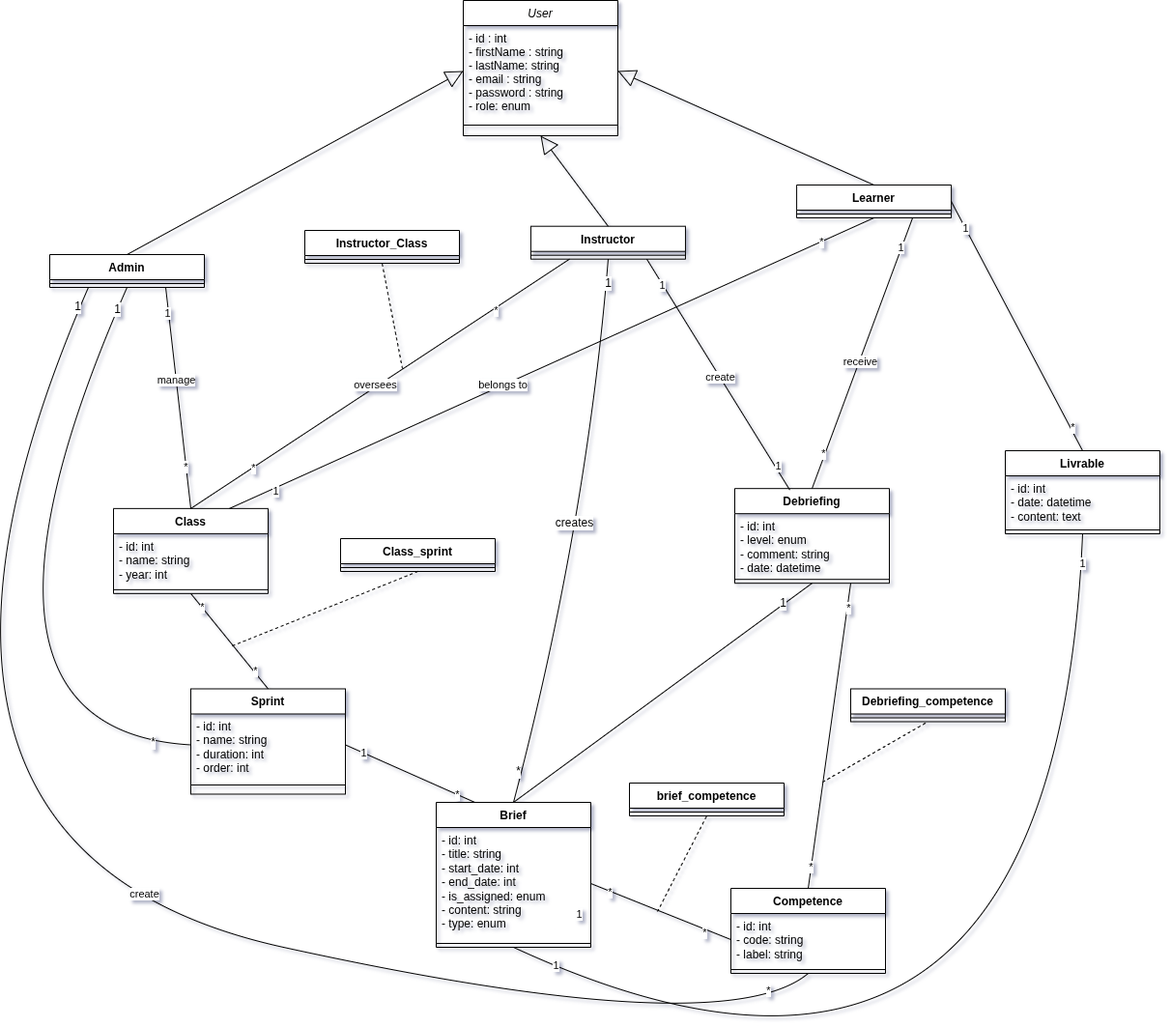
elgmouriabderrahim/debriefing-system-laravel keeps this draw.io diagram as diagrams/class diagram.png. Above is the earlier version. Source tidied: cells renumbered, new cells last; positions are measured from the earlier drawing's top-left corner, leaving out a move shared by most shapes.
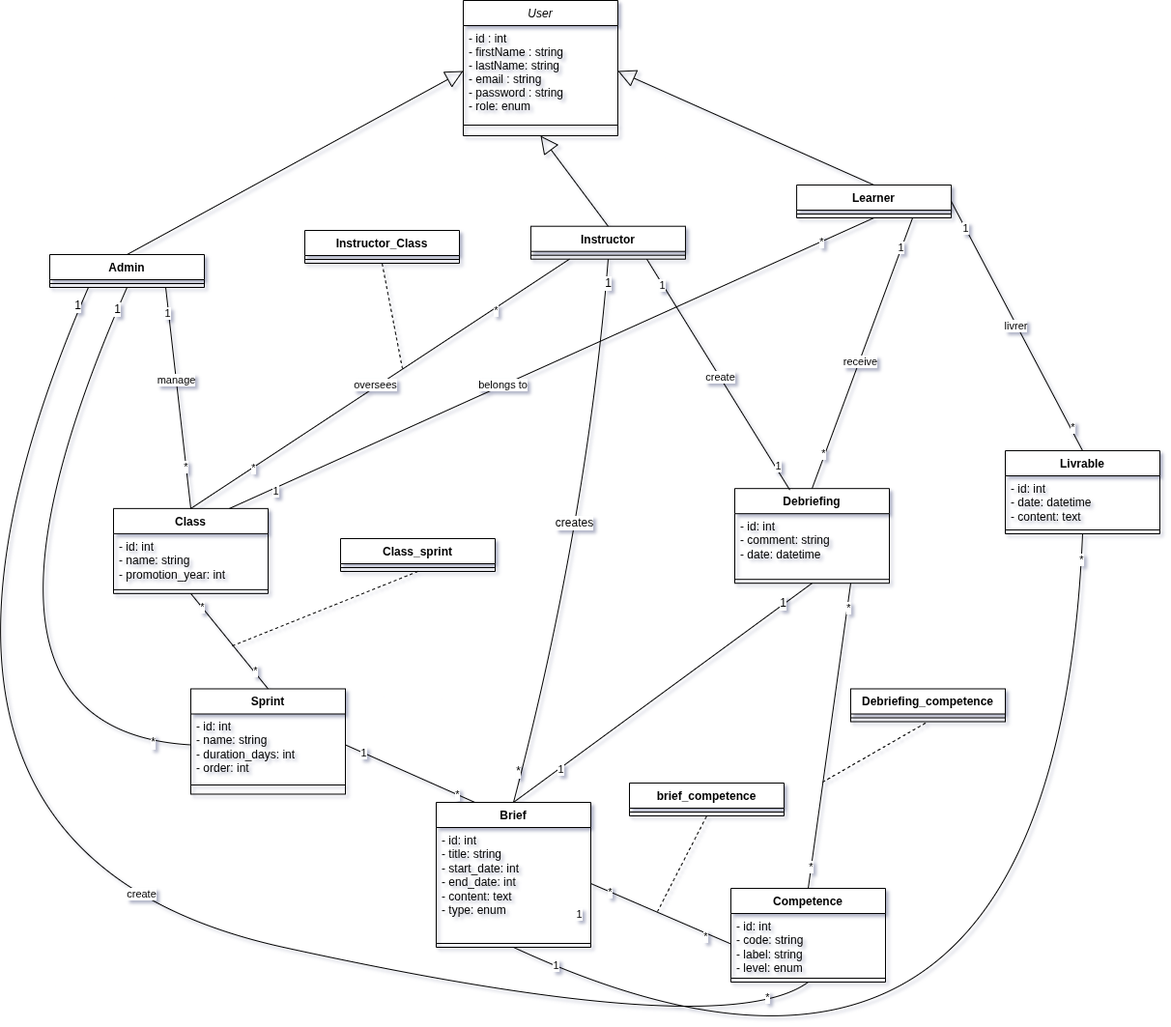
The same file after the commit.

What changed in the source:
```diff
@@ -41,7 +41,7 @@
     <mxCell id="14" value="Class" style="swimlane;fontStyle=1;align=center;verticalAlign=top;horizontal=1;startSize=26;whiteSpace=wrap;html=1;" parent="1" vertex="1">
       <mxGeometry x="280" y="525.9" width="160" height="88" as="geometry" />
     </mxCell>
-    <mxCell id="15" value="- id: int&lt;div&gt;- name: string&lt;/div&gt;&lt;div&gt;- year: int&lt;/div&gt;" style="text;strokeColor=none;fillColor=none;align=left;verticalAlign=top;spacingLeft=4;spacingRight=4;overflow=hidden;whiteSpace=wrap;html=1;" parent="14" vertex="1">
+    <mxCell id="15" value="- id: int&lt;div&gt;- name: string&lt;/div&gt;&lt;div&gt;- promotion_year: int&lt;/div&gt;" style="text;strokeColor=none;fillColor=none;align=left;verticalAlign=top;spacingLeft=4;spacingRight=4;overflow=hidden;whiteSpace=wrap;html=1;" parent="14" vertex="1">
       <mxGeometry y="26" width="160" height="54" as="geometry" />
     </mxCell>
     <mxCell id="16" style="line;strokeWidth=1;fillColor=none;align=left;verticalAlign=middle;spacingTop=-1;spacingLeft=3;spacingRight=3;labelPosition=right;strokeColor=inherit;" parent="14" vertex="1">
@@ -80,7 +80,7 @@
     <mxCell id="25" value="Sprint" style="swimlane;fontStyle=1;align=center;verticalAlign=top;horizontal=1;startSize=26;whiteSpace=wrap;html=1;" parent="1" vertex="1">
       <mxGeometry x="360" y="712.5" width="160" height="109" as="geometry" />
     </mxCell>
-    <mxCell id="26" value="- id: int&lt;div&gt;- name: string&lt;/div&gt;&lt;div&gt;- duration: int&lt;/div&gt;&lt;div&gt;- order: int&lt;/div&gt;" style="text;strokeColor=none;fillColor=none;align=left;verticalAlign=top;spacingLeft=4;spacingRight=4;overflow=hidden;points=[[0,0.5],[1,0.5]];portConstraint=eastwest;whiteSpace=wrap;html=1;" parent="25" vertex="1">
+    <mxCell id="26" value="- id: int&lt;div&gt;- name: string&lt;/div&gt;&lt;div&gt;- duration_days: int&lt;/div&gt;&lt;div&gt;- order: int&lt;/div&gt;" style="text;strokeColor=none;fillColor=none;align=left;verticalAlign=top;spacingLeft=4;spacingRight=4;overflow=hidden;points=[[0,0.5],[1,0.5]];portConstraint=eastwest;whiteSpace=wrap;html=1;" parent="25" vertex="1">
       <mxGeometry y="26" width="160" height="64" as="geometry" />
     </mxCell>
     <mxCell id="27" style="line;strokeWidth=1;fillColor=none;align=left;verticalAlign=middle;spacingTop=-1;spacingLeft=3;spacingRight=3;labelPosition=right;strokeColor=inherit;" parent="25" vertex="1">
@@ -98,7 +98,7 @@
     <mxCell id="31" value="Brief" style="swimlane;fontStyle=1;align=center;verticalAlign=top;horizontal=1;startSize=26;whiteSpace=wrap;html=1;" parent="1" vertex="1">
       <mxGeometry x="614" y="830" width="160" height="150" as="geometry" />
     </mxCell>
-    <mxCell id="32" value="- id: int&lt;div&gt;- title: string&lt;/div&gt;&lt;div&gt;- start_date: int&lt;/div&gt;&lt;div&gt;- end_date: int&lt;/div&gt;&lt;div&gt;- is_assigned: enum&lt;/div&gt;&lt;div&gt;- content: string&lt;/div&gt;&lt;div&gt;- type: enum&lt;/div&gt;" style="text;strokeColor=none;fillColor=none;align=left;verticalAlign=top;spacingLeft=4;spacingRight=4;overflow=hidden;points=[[0,0.5],[1,0.5]];portConstraint=eastwest;whiteSpace=wrap;html=1;" parent="31" vertex="1">
+    <mxCell id="32" value="- id: int&lt;div&gt;- title: string&lt;/div&gt;&lt;div&gt;- start_date: int&lt;/div&gt;&lt;div&gt;- end_date: int&lt;/div&gt;&lt;div&gt;&lt;span style=&quot;background-color: transparent; color: light-dark(rgb(0, 0, 0), rgb(255, 255, 255));&quot;&gt;- content: text&lt;/span&gt;&lt;/div&gt;&lt;div&gt;- type: enum&lt;/div&gt;" style="text;strokeColor=none;fillColor=none;align=left;verticalAlign=top;spacingLeft=4;spacingRight=4;overflow=hidden;points=[[0,0.5],[1,0.5]];portConstraint=eastwest;whiteSpace=wrap;html=1;" parent="31" vertex="1">
       <mxGeometry y="26" width="160" height="116" as="geometry" />
     </mxCell>
     <mxCell id="33" style="line;strokeWidth=1;fillColor=none;align=left;verticalAlign=middle;spacingTop=-1;spacingLeft=3;spacingRight=3;labelPosition=right;strokeColor=inherit;" parent="31" vertex="1">
@@ -107,7 +107,7 @@
     <mxCell id="34" value="Debriefing" style="swimlane;fontStyle=1;align=center;verticalAlign=top;horizontal=1;startSize=26;whiteSpace=wrap;html=1;" parent="1" vertex="1">
       <mxGeometry x="923" y="505.2" width="160" height="98" as="geometry" />
     </mxCell>
-    <mxCell id="35" value="- id: int&lt;div&gt;- level: enum&amp;nbsp;&lt;/div&gt;&lt;div&gt;- comment: string&lt;/div&gt;&lt;div&gt;- date: datetime&lt;/div&gt;" style="text;strokeColor=none;fillColor=none;align=left;verticalAlign=top;spacingLeft=4;spacingRight=4;overflow=hidden;whiteSpace=wrap;html=1;" parent="34" vertex="1">
+    <mxCell id="35" value="- id: int&lt;div&gt;- comment: string&lt;/div&gt;&lt;div&gt;- date: datetime&lt;/div&gt;" style="text;strokeColor=none;fillColor=none;align=left;verticalAlign=top;spacingLeft=4;spacingRight=4;overflow=hidden;whiteSpace=wrap;html=1;" parent="34" vertex="1">
       <mxGeometry y="26" width="160" height="64" as="geometry" />
     </mxCell>
     <mxCell id="36" style="line;strokeWidth=1;fillColor=none;align=left;verticalAlign=middle;spacingTop=-1;spacingLeft=3;spacingRight=3;labelPosition=right;strokeColor=inherit;" parent="34" vertex="1">
@@ -119,6 +119,9 @@
     <mxCell id="38" value="1" style="edgeLabel;html=1;align=center;verticalAlign=middle;fontSize=12;" parent="37" vertex="1">
       <mxGeometry x="0.81" y="2" relative="1" as="geometry" />
     </mxCell>
+    <mxCell id="83" value="1" style="edgeLabel;html=1;align=center;verticalAlign=middle;" parent="37" vertex="1">
+      <mxGeometry x="-0.69" y="-1" relative="1" as="geometry" />
+    </mxCell>
     <mxCell id="39" style="endArrow=none;html=1;rounded=0;entryX=0.356;entryY=0.015;entryDx=0;entryDy=0;entryPerimeter=0;exitX=0.75;exitY=1;exitDx=0;exitDy=0;" parent="1" edge="1" source="7" target="34">
       <mxGeometry relative="1" as="geometry" />
     </mxCell>
@@ -148,13 +151,13 @@
       <mxGeometry x="0.06" relative="1" as="geometry" />
     </mxCell>
     <mxCell id="47" value="Competence" style="swimlane;fontStyle=1;align=center;verticalAlign=top;horizontal=1;startSize=26;whiteSpace=wrap;html=1;" parent="1" vertex="1">
-      <mxGeometry x="919" y="919" width="160" height="88" as="geometry" />
+      <mxGeometry x="919" y="919" width="160" height="97" as="geometry" />
     </mxCell>
-    <mxCell id="48" value="- id: int&lt;div&gt;- code: string&lt;div&gt;- label: string&lt;/div&gt;&lt;/div&gt;" style="text;strokeColor=none;fillColor=none;align=left;verticalAlign=top;spacingLeft=4;spacingRight=4;overflow=hidden;points=[[0,0.5],[1,0.5]];portConstraint=eastwest;whiteSpace=wrap;html=1;" parent="47" vertex="1">
-      <mxGeometry y="26" width="160" height="54" as="geometry" />
+    <mxCell id="48" value="- id: int&lt;div&gt;- code: string&lt;div&gt;- label: string&lt;/div&gt;&lt;/div&gt;&lt;div&gt;- level: enum&amp;nbsp;&lt;/div&gt;" style="text;strokeColor=none;fillColor=none;align=left;verticalAlign=top;spacingLeft=4;spacingRight=4;overflow=hidden;points=[[0,0.5],[1,0.5]];portConstraint=eastwest;whiteSpace=wrap;html=1;" parent="47" vertex="1">
+      <mxGeometry y="26" width="160" height="63" as="geometry" />
     </mxCell>
     <mxCell id="49" style="line;strokeWidth=1;fillColor=none;align=left;verticalAlign=middle;spacingTop=-1;spacingLeft=3;spacingRight=3;labelPosition=right;strokeColor=inherit;" parent="47" vertex="1">
-      <mxGeometry y="80" width="160" height="8" as="geometry" />
+      <mxGeometry y="89" width="160" height="8" as="geometry" />
     </mxCell>
     <mxCell id="50" style="endArrow=none;html=1;rounded=0;entryX=0;entryY=0.5;entryDx=0;entryDy=0;exitX=1;exitY=0.5;exitDx=0;exitDy=0;" parent="1" edge="1" source="32" target="48">
       <mxGeometry relative="1" as="geometry" />
@@ -279,6 +282,9 @@
     <mxCell id="81" value="*" style="edgeLabel;html=1;align=center;verticalAlign=middle;" parent="79" vertex="1">
       <mxGeometry x="-0.81" y="-2" relative="1" as="geometry" />
     </mxCell>
+    <mxCell id="96" value="livrer" style="edgeLabel;html=1;align=center;verticalAlign=middle;" parent="79" vertex="1">
+      <mxGeometry x="0.01" y="1" relative="1" as="geometry" />
+    </mxCell>
     <mxCell id="82" style="endArrow=none;html=1;rounded=0;fontSize=12;startSize=8;endSize=8;curved=1;entryX=0.5;entryY=1;entryDx=0;entryDy=0;exitX=0.5;exitY=1;exitDx=0;exitDy=0;" parent="1" edge="1" source="76" target="31">
       <mxGeometry relative="1" as="geometry">
         <Array as="points">
@@ -286,9 +292,6 @@
         </Array>
       </mxGeometry>
     </mxCell>
-    <mxCell id="83" value="1" style="edgeLabel;html=1;align=center;verticalAlign=middle;" parent="82" vertex="1">
-      <mxGeometry x="-0.95" y="1" relative="1" as="geometry" />
-    </mxCell>
     <mxCell id="84" value="1" style="edgeLabel;html=1;align=center;verticalAlign=middle;" parent="82" vertex="1">
       <mxGeometry x="0.93" y="-60" relative="1" as="geometry" />
     </mxCell>
@@ -297,6 +300,11 @@
         <mxPoint x="-40" y="24" as="offset" />
       </mxGeometry>
     </mxCell>
+    <mxCell id="97" value="*" style="edgeLabel;html=1;align=center;verticalAlign=middle;" parent="82" vertex="1">
+      <mxGeometry x="-0.98" y="3" relative="1" as="geometry">
+        <mxPoint x="-4" y="14" as="offset" />
+      </mxGeometry>
+    </mxCell>
     <mxCell id="86" style="endArrow=none;html=1;rounded=0;entryX=0.25;entryY=0;entryDx=0;entryDy=0;exitX=1;exitY=0.5;exitDx=0;exitDy=0;" parent="1" edge="1" source="26" target="31">
       <mxGeometry relative="1" as="geometry" />
     </mxCell>
```
